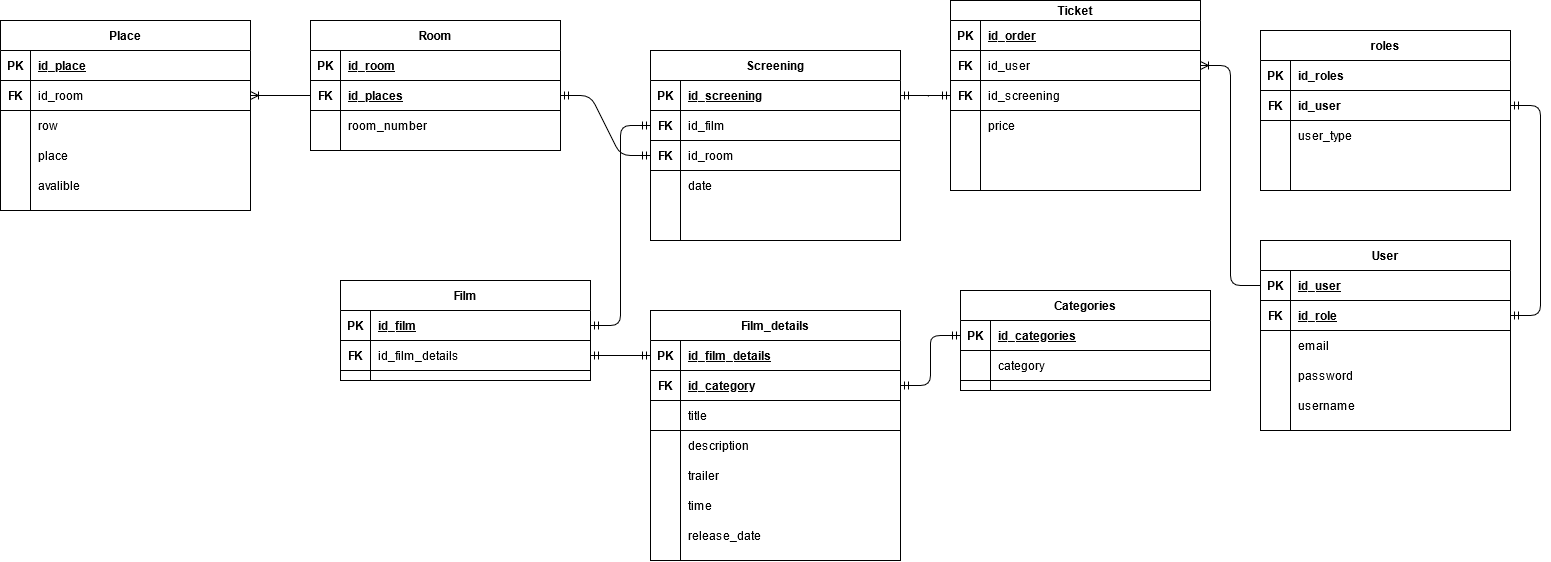
grzegorzpryjma99/Cinea-Backend keeps this draw.io diagram as Diagram bazy.png. Above is the earlier version. Source tidied: cells renumbered, new cells last; positions are measured from the earlier drawing's top-left corner, leaving out a move shared by most shapes.
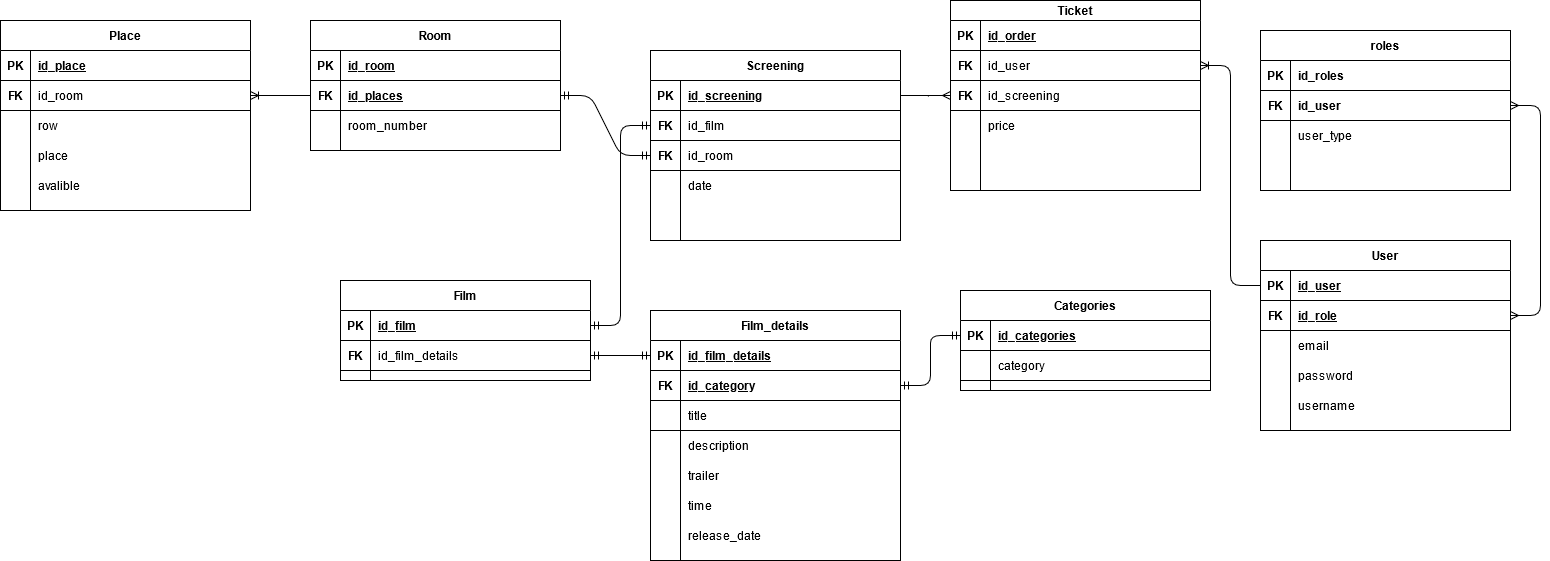
Above is the later version.

Change to the diagram source:
```diff
@@ -350,13 +350,13 @@
     <mxCell id="117" value="avalible" style="shape=partialRectangle;overflow=hidden;fillColor=none;top=0;left=0;bottom=0;right=0;align=left;spacingLeft=6;" parent="115" vertex="1">
       <mxGeometry x="30" width="220" height="30" as="geometry" />
     </mxCell>
-    <mxCell id="118" style="edgeStyle=entityRelationEdgeStyle;fontSize=12;html=1;endArrow=ERmandOne;startArrow=ERmandOne;entryX=1;entryY=0.5;entryDx=0;entryDy=0;exitX=1;exitY=0.5;exitDx=0;exitDy=0;" parent="1" edge="1" source="6" target="19">
+    <mxCell id="118" style="edgeStyle=entityRelationEdgeStyle;fontSize=12;html=1;endArrow=ERmany;startArrow=ERmany;entryX=1;entryY=0.5;entryDx=0;entryDy=0;exitX=1;exitY=0.5;exitDx=0;exitDy=0;startFill=0;endFill=0;" parent="1" edge="1" source="6" target="19">
       <mxGeometry relative="1" as="geometry" />
     </mxCell>
     <mxCell id="119" style="edgeStyle=entityRelationEdgeStyle;fontSize=12;html=1;endArrow=ERoneToMany;exitX=0;exitY=0.5;exitDx=0;exitDy=0;entryX=1;entryY=0.5;entryDx=0;entryDy=0;" parent="1" edge="1" source="16" target="35">
       <mxGeometry relative="1" as="geometry" />
     </mxCell>
-    <mxCell id="120" style="edgeStyle=entityRelationEdgeStyle;fontSize=12;html=1;endArrow=ERmandOne;startArrow=ERmandOne;exitX=0;exitY=0.5;exitDx=0;exitDy=0;entryX=1;entryY=0.5;entryDx=0;entryDy=0;" parent="1" edge="1" source="38" target="48">
+    <mxCell id="120" style="edgeStyle=entityRelationEdgeStyle;fontSize=12;html=1;endArrow=none;startArrow=ERmany;exitX=0;exitY=0.5;exitDx=0;exitDy=0;entryX=1;entryY=0.5;entryDx=0;entryDy=0;endFill=0;startFill=0;" parent="1" edge="1" source="38" target="48">
       <mxGeometry relative="1" as="geometry" />
     </mxCell>
     <mxCell id="121" style="edgeStyle=entityRelationEdgeStyle;fontSize=12;html=1;endArrow=ERmandOne;startArrow=ERmandOne;exitX=1;exitY=0.5;exitDx=0;exitDy=0;entryX=0;entryY=0.5;entryDx=0;entryDy=0;" parent="1" edge="1" source="67" target="71">
```
